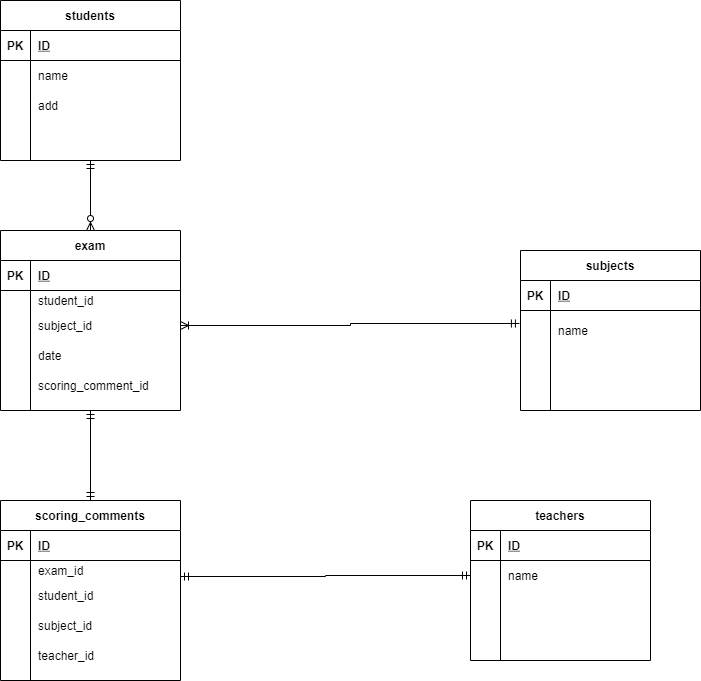
The draw.io diagram .drawio.png in atsucot/ER-1, before a commit. Source tidied: cells renumbered, new cells last; positions are measured from the earlier drawing's top-left corner, leaving out a move shared by most shapes.
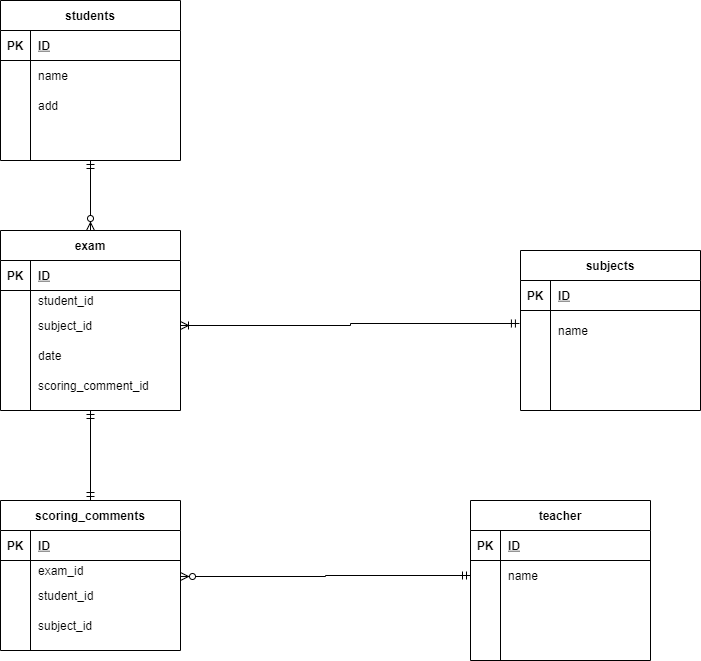
The same file after the commit.

Diff of the diagram source:
```diff
@@ -44,7 +44,7 @@
     <mxCell id="15" style="shape=partialRectangle;fillColor=none;top=0;left=0;bottom=0;right=0;align=left;spacingLeft=6;overflow=hidden;" parent="13" vertex="1">
       <mxGeometry x="30" width="150" height="30" as="geometry" />
     </mxCell>
-    <mxCell id="16" value="teachers" style="shape=table;startSize=30;rowLines=0;fontStyle=1;align=center;" parent="1" vertex="1">
+    <mxCell id="16" value="teacher" style="shape=table;startSize=30;rowLines=0;fontStyle=1;align=center;" parent="1" vertex="1">
       <mxGeometry x="470" y="500" width="180" height="160" as="geometry" />
     </mxCell>
     <mxCell id="17" style="shape=partialRectangle;fillColor=none;top=0;left=0;bottom=1;right=0;" parent="16" vertex="1">
@@ -135,7 +135,7 @@
       <mxGeometry x="30" width="150" height="30" as="geometry" />
     </mxCell>
     <mxCell id="46" value="scoring_comments" style="shape=table;startSize=30;rowLines=0;fontStyle=1;align=center;" parent="1" vertex="1">
-      <mxGeometry y="500" width="180" height="180" as="geometry" />
+      <mxGeometry y="500" width="180" height="150" as="geometry" />
     </mxCell>
     <mxCell id="47" style="shape=partialRectangle;fillColor=none;top=0;left=0;bottom=1;right=0;" parent="46" vertex="1">
       <mxGeometry y="30" width="180" height="30" as="geometry" />
@@ -173,15 +173,6 @@
     <mxCell id="58" value="subject_id" style="shape=partialRectangle;fillColor=none;top=0;left=0;bottom=0;right=0;align=left;spacingLeft=6;overflow=hidden;" parent="56" vertex="1">
       <mxGeometry x="30" width="150" height="30" as="geometry" />
     </mxCell>
-    <mxCell id="59" style="shape=partialRectangle;fillColor=none;top=0;left=0;bottom=0;right=0;" parent="46" vertex="1">
-      <mxGeometry y="140" width="180" height="30" as="geometry" />
-    </mxCell>
-    <mxCell id="60" style="shape=partialRectangle;fillColor=none;top=0;left=0;bottom=0;right=0;overflow=hidden;" parent="59" vertex="1">
-      <mxGeometry width="30" height="30" as="geometry" />
-    </mxCell>
-    <mxCell id="61" value="teacher_id" style="shape=partialRectangle;fillColor=none;top=0;left=0;bottom=0;right=0;align=left;spacingLeft=6;overflow=hidden;" parent="59" vertex="1">
-      <mxGeometry x="30" width="150" height="30" as="geometry" />
-    </mxCell>
     <mxCell id="62" value="subjects" style="shape=table;startSize=30;rowLines=0;fontStyle=1;align=center;" parent="1" vertex="1">
       <mxGeometry x="520" y="250" width="180" height="160" as="geometry" />
     </mxCell>
@@ -224,7 +215,7 @@
     <mxCell id="75" style="edgeStyle=orthogonalEdgeStyle;rounded=0;jettySize=auto;html=1;endArrow=ERmandOne;endFill=0;startArrow=ERoneToMany;startFill=0;entryX=-0.006;entryY=0.325;entryDx=0;entryDy=0;entryPerimeter=0;" parent="1" edge="1" source="37" target="66">
       <mxGeometry relative="1" as="geometry" />
     </mxCell>
-    <mxCell id="76" style="edgeStyle=orthogonalEdgeStyle;rounded=0;jettySize=auto;html=1;startArrow=ERmandOne;startFill=0;endArrow=ERmandOne;endFill=0;" parent="1" edge="1" source="20">
+    <mxCell id="76" style="edgeStyle=orthogonalEdgeStyle;rounded=0;jettySize=auto;html=1;startArrow=ERmandOne;startFill=0;endArrow=ERzeroToMany;endFill=1;" parent="1" edge="1" source="20">
       <mxGeometry relative="1" as="geometry">
         <mxPoint x="180" y="576" as="targetPoint" />
       </mxGeometry>
```
